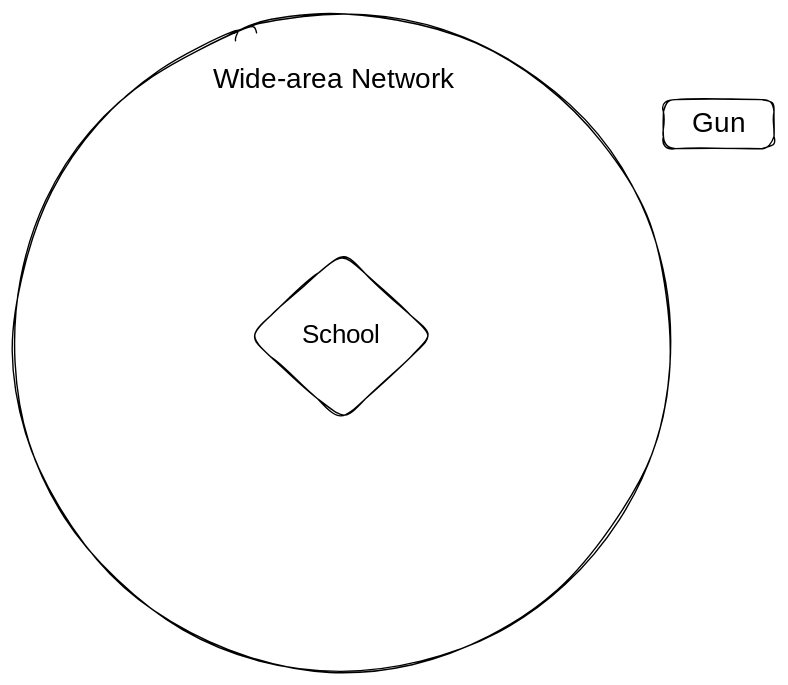
This is .gitbook/assets/file.excalidraw.svg from civichacker/anti-oppressive, a Excalidraw export, as it was before one commit. Source tidied: one line per element, renumbered; positions are measured from the earlier drawing's top-left corner, leaving out a move shared by most shapes.
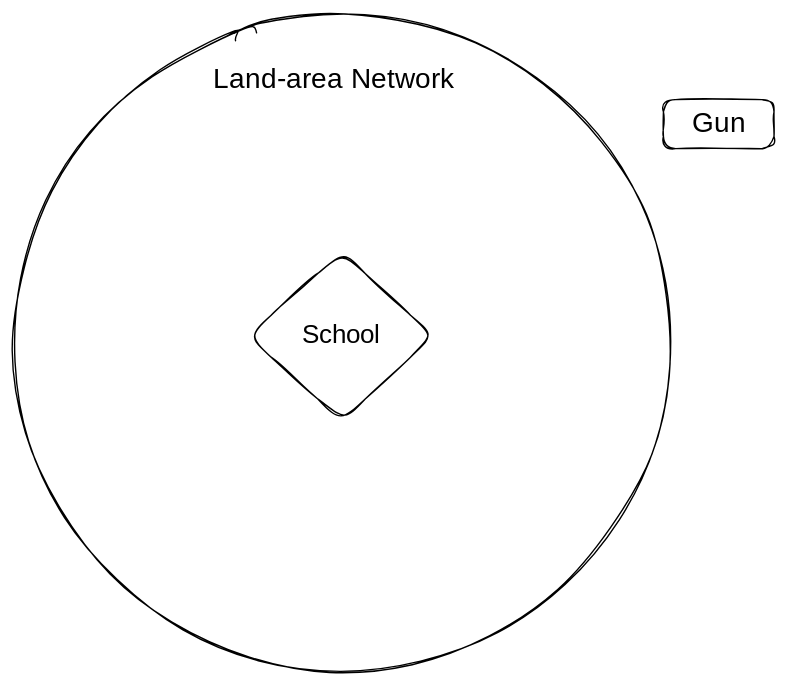
After the change.

What changed in the source:
```diff
@@ -1,6 +1,6 @@
 {"id": 0, "type": "ellipse", "strokeColor": "#000000", "strokeWidth": 1, "roughness": 1, "round": true, "x": 0, "y": 0, "width": 469, "height": 469}
 {"id": 1, "type": "diamond", "strokeColor": "#000000", "strokeWidth": 1, "roughness": 1, "round": true, "x": 167, "y": 170, "width": 133, "height": 120}
 {"id": 2, "type": "text", "text": "School", "strokeColor": "#000000", "strokeWidth": 1, "roughness": 1, "fontSize": 18.39, "fontFamily": 1, "textAlign": "center", "verticalAlign": "middle", "inside": 1, "x": 206, "y": 219, "width": 55, "height": 23}
-{"id": 3, "type": "text", "text": "Wide-area Network", "strokeColor": "#000000", "strokeWidth": 1, "roughness": 1, "fontSize": 20, "fontFamily": 1, "x": 142, "y": 35, "width": 183, "height": 25}
+{"id": 3, "type": "text", "text": "Land-area Network", "strokeColor": "#000000", "strokeWidth": 1, "roughness": 1, "fontSize": 20, "fontFamily": 1, "x": 142, "y": 35, "width": 187, "height": 25}
 {"id": 4, "type": "rectangle", "strokeColor": "#000000", "strokeWidth": 1, "roughness": 1, "round": true, "x": 464, "y": 61, "width": 79, "height": 35}
 {"id": 5, "type": "text", "text": "Gun", "strokeColor": "#000000", "strokeWidth": 1, "roughness": 1, "fontSize": 20, "fontFamily": 1, "textAlign": "center", "verticalAlign": "middle", "inside": 4, "x": 485, "y": 66, "width": 36, "height": 25}
```
